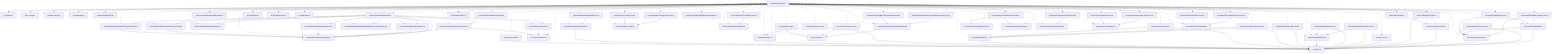
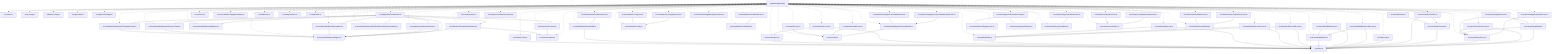
graph TD
  package__ankhorage_studio["@ankhorage/studio"]
  entrypoint_src_index_ts["src/index.ts"]
  package__ankhorage_studio --> entrypoint_src_index_ts
  module_knip_config_ts["knip.config.ts"]
  package__ankhorage_studio -.-> module_knip_config_ts
  module_paradox_config_ts["paradox.config.ts"]
  package__ankhorage_studio -.-> module_paradox_config_ts
  module_src_app_index_ts["src/app/index.ts"]
  package__ankhorage_studio -.-> module_src_app_index_ts
  module_src_app_StudioApp_tsx["src/app/StudioApp.tsx"]
  package__ankhorage_studio -.-> module_src_app_StudioApp_tsx
  module_src_app_StudioDashboard_tsx["src/app/StudioDashboard.tsx"]
  package__ankhorage_studio -.-> module_src_app_StudioDashboard_tsx
  module_src_app_StudioDashboard_tsx --> module_src_hooks_useProjects_ts
  module_src_app_StudioDashboard_tsx --> module_src_hooks_useTemplateSummaries_ts
  module_src_app_StudioDashboard_tsx --> module_src_modules_dashboard_platform_ts
  module_src_app_StudioDashboard_tsx --> module_src_modules_dashboard_search_ts
  module_src_app_StudioDashboard_tsx --> module_src_modules_dashboard_templates_ts
  module_src_app_StudioDashboard_tsx --> module_src_modules_dashboard_types_ts
  module_src_app_StudioDashboard_tsx --> module_src_modules_dashboard_ui_DashboardSectionHeader_tsx
  module_src_app_StudioDashboard_tsx --> module_src_modules_dashboard_ui_ProjectCard_tsx
  module_src_app_StudioDashboard_tsx --> module_src_modules_dashboard_ui_TemplateCard_tsx
  module_src_canvasDragModel_public_test_ts["src/canvasDragModel.public.test.ts"]
  package__ankhorage_studio -.-> module_src_canvasDragModel_public_test_ts
  module_src_canvasDragModel_public_test_ts --> module_src_canvasDragModel_ts
  module_src_canvasDragModel_public_test_ts --> module_src_canvasDropZones_ts
  module_src_canvasDragModel_test_ts["src/canvasDragModel.test.ts"]
  package__ankhorage_studio -.-> module_src_canvasDragModel_test_ts
  module_src_canvasDragModel_test_ts --> module_src_canvasDragModel_ts
  module_src_canvasDragModel_test_ts --> module_src_canvasDropZones_ts
  module_src_canvasDragModel_ts["src/canvasDragModel.ts"]
  package__ankhorage_studio -.-> module_src_canvasDragModel_ts
  module_src_canvasDragModel_ts --> module_src_canvasDropZones_ts
  module_src_canvasDragModel_ts --> module_src_index_ts
  module_src_canvasDropZones_test_ts["src/canvasDropZones.test.ts"]
  package__ankhorage_studio -.-> module_src_canvasDropZones_test_ts
  module_src_canvasDropZones_test_ts --> module_src_canvasDropZones_ts
  module_src_canvasDropZones_test_ts --> module_src_index_ts
  module_src_canvasDropZones_ts["src/canvasDropZones.ts"]
  package__ankhorage_studio -.-> module_src_canvasDropZones_ts
  module_src_canvasDropZones_ts --> module_src_index_ts
+   module_src_cli_index_ts["src/cli/index.ts"]
+   package__ankhorage_studio -.-> module_src_cli_index_ts
  module_src_core_constants_ts["src/core/constants.ts"]
  package__ankhorage_studio -.-> module_src_core_constants_ts
  module_src_core_StudioContext_ts["src/core/StudioContext.ts"]
  package__ankhorage_studio -.-> module_src_core_StudioContext_ts
  module_src_core_StudioContext_ts --> module_src_index_ts
  module_src_core_studioPackageBoundary_ts["src/core/studioPackageBoundary.ts"]
  package__ankhorage_studio -.-> module_src_core_studioPackageBoundary_ts
  module_src_core_StudioProvider_ts["src/core/StudioProvider.ts"]
  package__ankhorage_studio -.-> module_src_core_StudioProvider_ts
  module_src_core_StudioProvider_ts --> module_src_core_StudioContext_ts
  module_src_core_StudioProvider_ts --> module_src_index_ts
  module_src_dnd_index_ts["src/dnd/index.ts"]
  package__ankhorage_studio -.-> module_src_dnd_index_ts
  module_src_dnd_primitives_ts["src/dnd/primitives.ts"]
  package__ankhorage_studio -.-> module_src_dnd_primitives_ts
  module_src_dnd_state_ts["src/dnd/state.ts"]
  package__ankhorage_studio -.-> module_src_dnd_state_ts
  module_src_hooks_useProjects_ts["src/hooks/useProjects.ts"]
  package__ankhorage_studio -.-> module_src_hooks_useProjects_ts
  module_src_hooks_useProjects_ts --> module_src_core_constants_ts
  module_src_hooks_useTemplateSummaries_ts["src/hooks/useTemplateSummaries.ts"]
  package__ankhorage_studio -.-> module_src_hooks_useTemplateSummaries_ts
  module_src_hooks_useTemplateSummaries_ts --> module_src_core_constants_ts
  module_src_hooks_useTemplateSummaries_ts --> module_src_modules_dashboard_types_ts
  module_src_index_test_ts["src/index.test.ts"]
  package__ankhorage_studio -.-> module_src_index_test_ts
  module_src_index_test_ts --> module_src_index_ts
  module_src_index_ts["src/index.ts"]
  module_src_insertModalModel_public_test_ts["src/insertModalModel.public.test.ts"]
  package__ankhorage_studio -.-> module_src_insertModalModel_public_test_ts
  module_src_insertModalModel_public_test_ts --> module_src_index_ts
  module_src_insertModalModel_public_test_ts --> module_src_insertModalModel_ts
  module_src_insertModalModel_test_ts["src/insertModalModel.test.ts"]
  package__ankhorage_studio -.-> module_src_insertModalModel_test_ts
  module_src_insertModalModel_test_ts --> module_src_index_ts
  module_src_insertModalModel_test_ts --> module_src_insertModalModel_ts
  module_src_insertModalModel_ts["src/insertModalModel.ts"]
  package__ankhorage_studio -.-> module_src_insertModalModel_ts
  module_src_insertModalModel_ts --> module_src_index_ts
  module_src_localizationConfig_public_test_ts["src/localizationConfig.public.test.ts"]
  package__ankhorage_studio -.-> module_src_localizationConfig_public_test_ts
  module_src_localizationConfig_public_test_ts --> module_src_localizationConfig_ts
  module_src_localizationConfig_test_ts["src/localizationConfig.test.ts"]
  package__ankhorage_studio -.-> module_src_localizationConfig_test_ts
  module_src_localizationConfig_test_ts --> module_src_localizationConfig_ts
  module_src_localizationConfig_ts["src/localizationConfig.ts"]
  package__ankhorage_studio -.-> module_src_localizationConfig_ts
  module_src_localizationPanelModel_test_ts["src/localizationPanelModel.test.ts"]
  package__ankhorage_studio -.-> module_src_localizationPanelModel_test_ts
  module_src_localizationPanelModel_test_ts --> module_src_localizationPanelModel_ts
  module_src_localizationPanelModel_ts["src/localizationPanelModel.ts"]
  package__ankhorage_studio -.-> module_src_localizationPanelModel_ts
  module_src_manifestNavigatorPreviewModel_public_test_ts["src/manifestNavigatorPreviewModel.public.test.ts"]
  package__ankhorage_studio -.-> module_src_manifestNavigatorPreviewModel_public_test_ts
  module_src_manifestNavigatorPreviewModel_public_test_ts --> module_src_manifestNavigatorPreviewModel_ts
  module_src_manifestNavigatorPreviewModel_test_ts["src/manifestNavigatorPreviewModel.test.ts"]
  package__ankhorage_studio -.-> module_src_manifestNavigatorPreviewModel_test_ts
  module_src_manifestNavigatorPreviewModel_test_ts --> module_src_manifestNavigatorPreviewModel_ts
  module_src_manifestNavigatorPreviewModel_ts["src/manifestNavigatorPreviewModel.ts"]
  package__ankhorage_studio -.-> module_src_manifestNavigatorPreviewModel_ts
  module_src_manifestNavigatorPreviewModel_ts --> module_src_routeUtils_ts
  module_src_manifestState_public_test_ts["src/manifestState.public.test.ts"]
  package__ankhorage_studio -.-> module_src_manifestState_public_test_ts
  module_src_manifestState_public_test_ts --> module_src_index_ts
  module_src_manifestState_public_test_ts --> module_src_manifestState_ts
  module_src_manifestState_routes_test_ts["src/manifestState.routes.test.ts"]
  package__ankhorage_studio -.-> module_src_manifestState_routes_test_ts
  module_src_manifestState_routes_test_ts --> module_src_index_ts
  module_src_manifestState_routes_test_ts --> module_src_manifestState_ts
  module_src_manifestState_test_ts["src/manifestState.test.ts"]
  package__ankhorage_studio -.-> module_src_manifestState_test_ts
  module_src_manifestState_test_ts --> module_src_index_ts
  module_src_manifestState_test_ts --> module_src_manifestState_ts
  module_src_manifestState_ts["src/manifestState.ts"]
  package__ankhorage_studio -.-> module_src_manifestState_ts
  module_src_manifestState_ts --> module_src_index_ts
  module_src_manifestSync_test_ts["src/manifestSync.test.ts"]
  package__ankhorage_studio -.-> module_src_manifestSync_test_ts
  module_src_manifestSync_test_ts --> module_src_index_ts
  module_src_manifestSync_test_ts --> module_src_manifestSync_ts
  module_src_manifestSync_ts["src/manifestSync.ts"]
  package__ankhorage_studio -.-> module_src_manifestSync_ts
  module_src_manifestSync_ts --> module_src_index_ts
  module_src_modules_dashboard_platform_ts["src/modules/dashboard/platform.ts"]
  package__ankhorage_studio -.-> module_src_modules_dashboard_platform_ts
  module_src_modules_dashboard_search_ts["src/modules/dashboard/search.ts"]
  package__ankhorage_studio -.-> module_src_modules_dashboard_search_ts
  module_src_modules_dashboard_search_ts --> module_src_modules_dashboard_types_ts
  module_src_modules_dashboard_templates_ts["src/modules/dashboard/templates.ts"]
  package__ankhorage_studio -.-> module_src_modules_dashboard_templates_ts
  module_src_modules_dashboard_templates_ts --> module_src_modules_dashboard_types_ts
  module_src_modules_dashboard_types_ts["src/modules/dashboard/types.ts"]
  package__ankhorage_studio -.-> module_src_modules_dashboard_types_ts
  module_src_modules_dashboard_ui_DashboardSectionHeader_tsx["src/modules/dashboard/ui/DashboardSectionHeader.tsx"]
  package__ankhorage_studio -.-> module_src_modules_dashboard_ui_DashboardSectionHeader_tsx
  module_src_modules_dashboard_ui_ProjectCard_tsx["src/modules/dashboard/ui/ProjectCard.tsx"]
  package__ankhorage_studio -.-> module_src_modules_dashboard_ui_ProjectCard_tsx
  module_src_modules_dashboard_ui_ProjectCard_tsx --> module_src_modules_dashboard_types_ts
  module_src_modules_dashboard_ui_TemplateCard_tsx["src/modules/dashboard/ui/TemplateCard.tsx"]
  package__ankhorage_studio -.-> module_src_modules_dashboard_ui_TemplateCard_tsx
  module_src_modules_dashboard_ui_TemplateCard_tsx --> module_src_modules_dashboard_types_ts
  module_src_routeUtils_public_test_ts["src/routeUtils.public.test.ts"]
  package__ankhorage_studio -.-> module_src_routeUtils_public_test_ts
  module_src_routeUtils_public_test_ts --> module_src_routeUtils_ts
  module_src_routeUtils_test_ts["src/routeUtils.test.ts"]
  package__ankhorage_studio -.-> module_src_routeUtils_test_ts
  module_src_routeUtils_test_ts --> module_src_routeUtils_ts
  module_src_routeUtils_ts["src/routeUtils.ts"]
  package__ankhorage_studio -.-> module_src_routeUtils_ts
  module_src_runtime_actionSuppression_ts["src/runtime/actionSuppression.ts"]
  package__ankhorage_studio -.-> module_src_runtime_actionSuppression_ts
  module_src_runtime_index_ts["src/runtime/index.ts"]
  package__ankhorage_studio -.-> module_src_runtime_index_ts
  module_src_runtime_localizationPreview_ts["src/runtime/localizationPreview.ts"]
  package__ankhorage_studio -.-> module_src_runtime_localizationPreview_ts
  module_src_runtime_previewRegistry_ts["src/runtime/previewRegistry.ts"]
  package__ankhorage_studio -.-> module_src_runtime_previewRegistry_ts
  module_src_runtime_previewRuntimeConfig_ts["src/runtime/previewRuntimeConfig.ts"]
  package__ankhorage_studio -.-> module_src_runtime_previewRuntimeConfig_ts
  module_src_runtime_previewRuntimeConfig_ts --> module_src_runtime_actionSuppression_ts
  module_src_runtime_previewRuntimeConfig_ts --> module_src_runtime_previewRegistry_ts
  module_src_runtimeDiagnosticsModel_test_ts["src/runtimeDiagnosticsModel.test.ts"]
  package__ankhorage_studio -.-> module_src_runtimeDiagnosticsModel_test_ts
  module_src_runtimeDiagnosticsModel_test_ts --> module_src_runtimeDiagnosticsModel_ts
  module_src_runtimeDiagnosticsModel_ts["src/runtimeDiagnosticsModel.ts"]
  package__ankhorage_studio -.-> module_src_runtimeDiagnosticsModel_ts
  module_src_runtimeLocalization_public_test_ts["src/runtimeLocalization.public.test.ts"]
  package__ankhorage_studio -.-> module_src_runtimeLocalization_public_test_ts
  module_src_runtimeLocalization_public_test_ts --> module_src_runtimeLocalization_ts
  module_src_runtimeLocalization_test_ts["src/runtimeLocalization.test.ts"]
  package__ankhorage_studio -.-> module_src_runtimeLocalization_test_ts
  module_src_runtimeLocalization_test_ts --> module_src_runtimeLocalization_ts
  module_src_runtimeLocalization_ts["src/runtimeLocalization.ts"]
  package__ankhorage_studio -.-> module_src_runtimeLocalization_ts
  module_src_studioAdminRouteModel_test_ts["src/studioAdminRouteModel.test.ts"]
  package__ankhorage_studio -.-> module_src_studioAdminRouteModel_test_ts
  module_src_studioAdminRouteModel_test_ts --> module_src_studioAdminRouteModel_ts
  module_src_studioAdminRouteModel_ts["src/studioAdminRouteModel.ts"]
  package__ankhorage_studio -.-> module_src_studioAdminRouteModel_ts
  module_src_studioAdminRouteModel_ts --> module_src_index_ts
  module_src_studioSelectionModel_knip_test_ts["src/studioSelectionModel.knip.test.ts"]
  package__ankhorage_studio -.-> module_src_studioSelectionModel_knip_test_ts
  module_src_studioSelectionModel_knip_test_ts --> module_src_studioSelectionModel_ts
  module_src_studioSelectionModel_test_ts["src/studioSelectionModel.test.ts"]
  package__ankhorage_studio -.-> module_src_studioSelectionModel_test_ts
  module_src_studioSelectionModel_test_ts --> module_src_studioSelectionModel_ts
  module_src_studioSelectionModel_ts["src/studioSelectionModel.ts"]
  package__ankhorage_studio -.-> module_src_studioSelectionModel_ts
  module_src_ui_AnkhStudio_ts["src/ui/AnkhStudio.ts"]
  package__ankhorage_studio -.-> module_src_ui_AnkhStudio_ts
  module_src_ui_AnkhStudio_ts --> module_src_core_StudioContext_ts
  module_src_ui_useStudioAppBarAugmentation_ts["src/ui/useStudioAppBarAugmentation.ts"]
  package__ankhorage_studio -.-> module_src_ui_useStudioAppBarAugmentation_ts
  module_src_utils_treeUtils_ts["src/utils/treeUtils.ts"]
  package__ankhorage_studio -.-> module_src_utils_treeUtils_ts
  module_src_utils_treeUtils_ts --> module_src_index_ts
